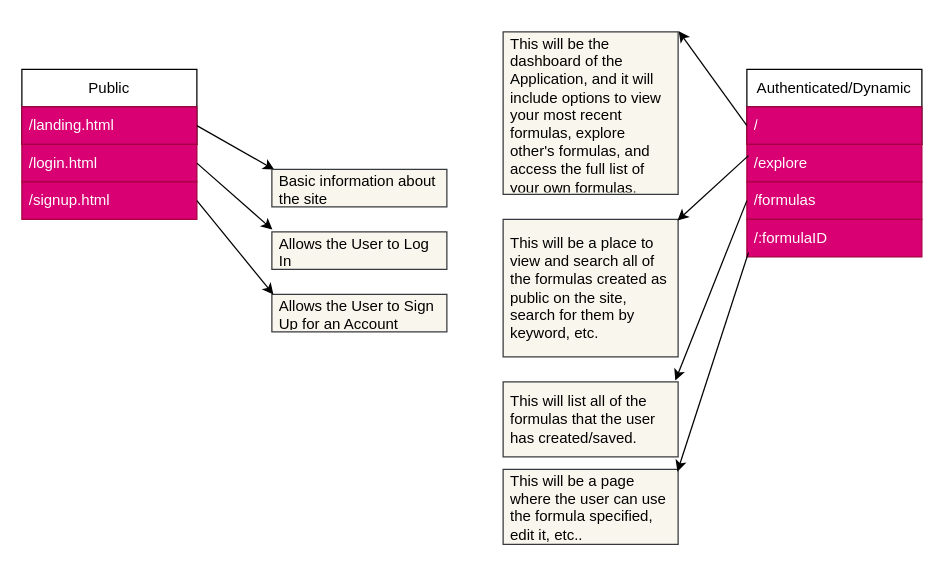
Before: misc/route-model.dio in klaus-mana/formu, a draw.io diagram. Source tidied: cells renumbered, new cells numbered last; positions are measured from the earlier drawing's top-left corner, leaving out a move shared by most shapes. Both pictures are drawn from the tidied source at 125%, with x=0, y=0 at pixel (21, 31).
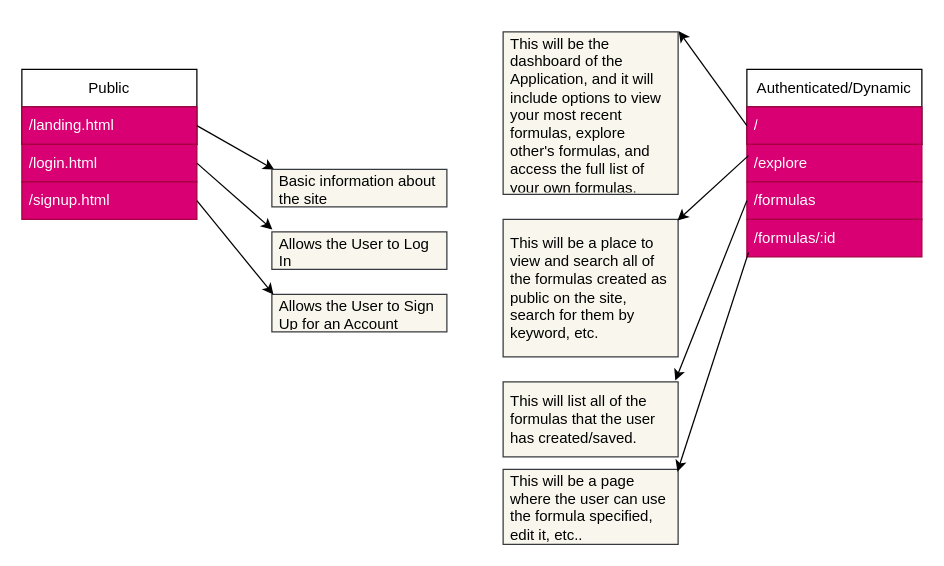
Above is the later version.

Commit message (it also covers changes not shown here):
Added the Route skeletons to the app

What changed in the source:
```diff
@@
-    <mxCell id="22" value="/:formulaID" style="text;strokeColor=#A50040;fillColor=#d80073;align=left;verticalAlign=middle;spacingLeft=4;spacingRight=4;overflow=hidden;points=[[0,0.5],[1,0.5]];portConstraint=eastwest;whiteSpace=wrap;html=1;fontColor=#ffffff;" parent="1" vertex="1">
+    <mxCell id="22" value="/formulas/:id" style="text;strokeColor=#A50040;fillColor=#d80073;align=left;verticalAlign=middle;spacingLeft=4;spacingRight=4;overflow=hidden;points=[[0,0.5],[1,0.5]];portConstraint=eastwest;whiteSpace=wrap;html=1;fontColor=#ffffff;" parent="1" vertex="1">
       <mxGeometry x="580" y="150" width="140" height="30" as="geometry" />
     </mxCell>
```
